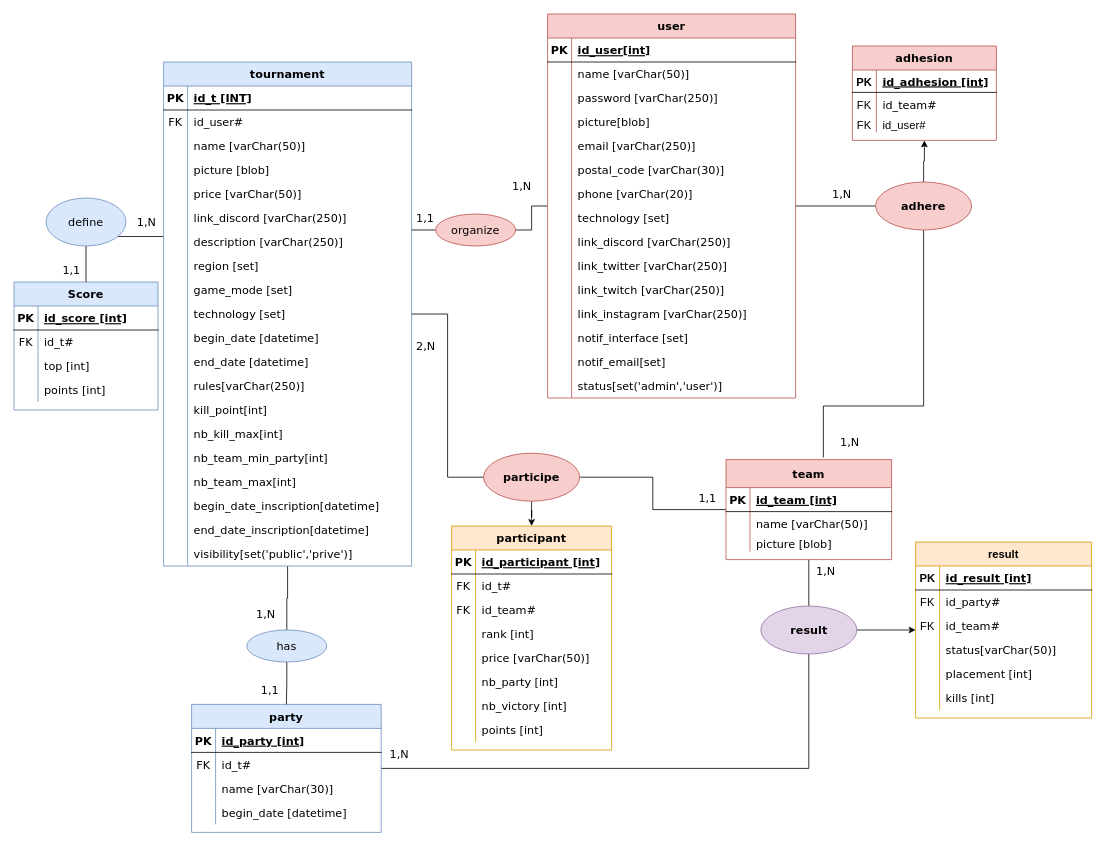
Pakulic/Maquettage_Site_web keeps this draw.io diagram as page "MPD" (3 of 3) of Wavy_MERISE2.drawio. Above is the earlier version. Source tidied: cells renumbered, new cells numbered last; positions are measured from the earlier drawing's top-left corner, leaving out a move shared by most shapes. Both pictures are drawn from the tidied source at 80%, with x=0, y=0 at pixel (14, 14).
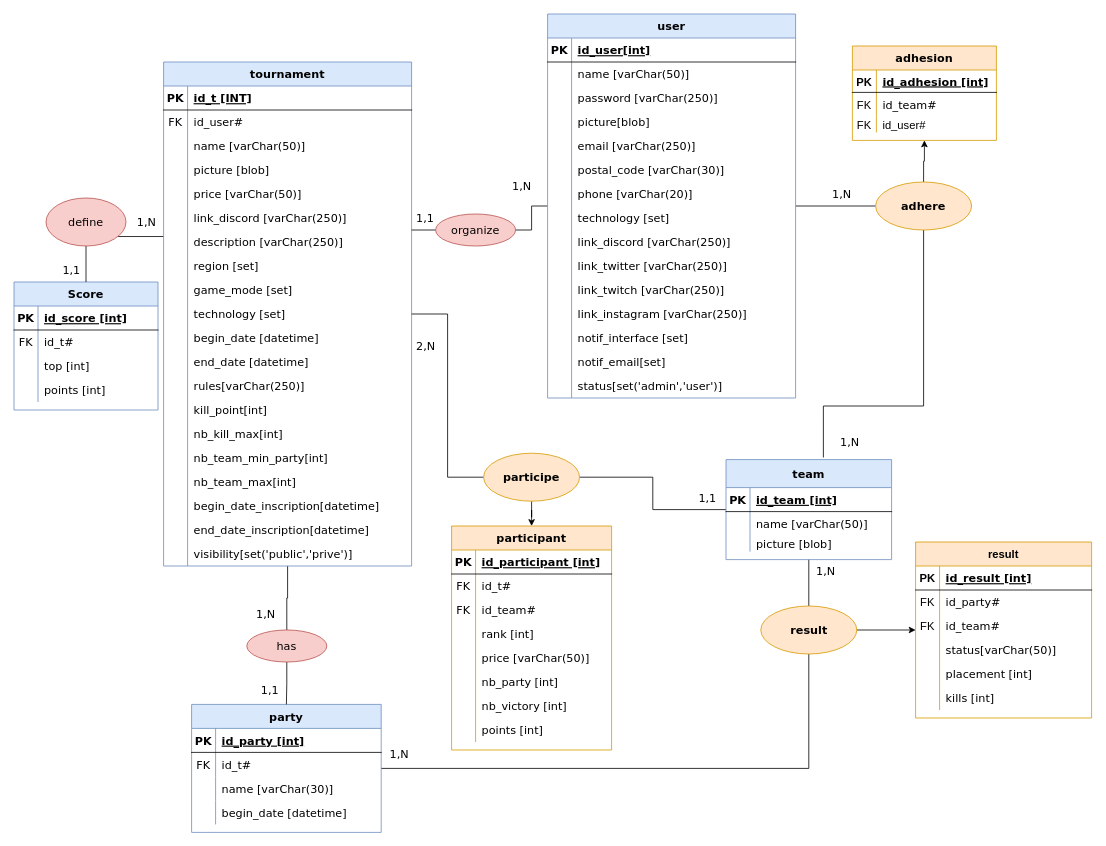
After the change.

What changed in the source:
```diff
@@
-    <mxCell id="21" value="adhesion" style="shape=table;startSize=30;childLayout=tableLayout;rowLines=0;fontStyle=1;align=center;fillColor=#f8cecc;strokeColor=#b85450;fontSize=14;fontFamily=Verdana;" parent="1" vertex="1">
+    <mxCell id="21" value="adhesion" style="shape=table;startSize=30;childLayout=tableLayout;rowLines=0;fontStyle=1;align=center;fillColor=#ffe6cc;strokeColor=#d79b00;fontSize=14;fontFamily=Verdana;" parent="1" vertex="1">
       <mxGeometry x="1048" y="40" width="180" height="118" as="geometry" />
     </mxCell>
@@
-    <mxCell id="125" value="define" style="ellipse;whiteSpace=wrap;html=1;align=center;fillColor=#dae8fc;strokeColor=#6c8ebf;fontSize=14;fontFamily=Verdana;" parent="1" vertex="1">
+    <mxCell id="125" value="define" style="ellipse;whiteSpace=wrap;html=1;align=center;fillColor=#f8cecc;strokeColor=#b85450;fontSize=14;fontFamily=Verdana;" parent="1" vertex="1">
       <mxGeometry x="40" y="230" width="100" height="60" as="geometry" />
     </mxCell>
@@
-    <mxCell id="128" value="team" style="shape=table;startSize=35;childLayout=tableLayout;rowLines=0;fontStyle=1;align=center;fillColor=#f8cecc;strokeColor=#b85450;fontSize=14;fontFamily=Verdana;" parent="1" vertex="1">
+    <mxCell id="128" value="team" style="shape=table;startSize=35;childLayout=tableLayout;rowLines=0;fontStyle=1;align=center;fillColor=#dae8fc;strokeColor=#6c8ebf;fontSize=14;fontFamily=Verdana;" parent="1" vertex="1">
       <mxGeometry x="890" y="557" width="207" height="125" as="geometry" />
     </mxCell>
@@
-    <mxCell id="139" value="has" style="ellipse;whiteSpace=wrap;html=1;align=center;fillColor=#dae8fc;strokeColor=#6c8ebf;fontSize=14;fontFamily=Verdana;" parent="1" vertex="1">
+    <mxCell id="139" value="has" style="ellipse;whiteSpace=wrap;html=1;align=center;fillColor=#f8cecc;strokeColor=#b85450;fontSize=14;fontFamily=Verdana;" parent="1" vertex="1">
       <mxGeometry x="291" y="770" width="100" height="40" as="geometry" />
     </mxCell>
@@
-    <mxCell id="166" value="user" style="shape=table;startSize=30;childLayout=tableLayout;rowLines=0;fontStyle=1;align=center;fillColor=#f8cecc;strokeColor=#b85450;fontSize=14;fontFamily=Verdana;" parent="1" vertex="1">
+    <mxCell id="166" value="user" style="shape=table;startSize=30;childLayout=tableLayout;rowLines=0;fontStyle=1;align=center;fillColor=#dae8fc;strokeColor=#6c8ebf;fontSize=14;fontFamily=Verdana;" parent="1" vertex="1">
       <mxGeometry x="667" width="310" height="480" as="geometry" />
     </mxCell>
@@
-    <mxCell id="214" value="adhere" style="ellipse;whiteSpace=wrap;html=1;fontStyle=1;strokeColor=#b85450;fillColor=#f8cecc;startSize=30;fontSize=14;fontFamily=Verdana;" parent="1" vertex="1">
+    <mxCell id="214" value="adhere" style="ellipse;whiteSpace=wrap;html=1;fontStyle=1;strokeColor=#d79b00;fillColor=#ffe6cc;startSize=30;fontSize=14;fontFamily=Verdana;" parent="1" vertex="1">
       <mxGeometry x="1077" y="210" width="120" height="60" as="geometry" />
     </mxCell>
@@
-    <mxCell id="217" value="participe" style="ellipse;whiteSpace=wrap;html=1;fontStyle=1;strokeColor=#b85450;fillColor=#f8cecc;startSize=35;fontSize=14;fontFamily=Verdana;" parent="1" vertex="1">
+    <mxCell id="217" value="participe" style="ellipse;whiteSpace=wrap;html=1;fontStyle=1;strokeColor=#d79b00;fillColor=#ffe6cc;startSize=35;fontSize=14;fontFamily=Verdana;" parent="1" vertex="1">
       <mxGeometry x="587" y="549" width="120" height="60" as="geometry" />
     </mxCell>
@@
-    <mxCell id="219" value="result" style="ellipse;whiteSpace=wrap;html=1;fontStyle=1;strokeColor=#9673a6;fillColor=#e1d5e7;startSize=35;fontSize=14;fontFamily=Verdana;" parent="1" vertex="1">
+    <mxCell id="219" value="result" style="ellipse;whiteSpace=wrap;html=1;fontStyle=1;strokeColor=#d79b00;fillColor=#ffe6cc;startSize=35;fontSize=14;fontFamily=Verdana;" parent="1" vertex="1">
       <mxGeometry x="933.5" y="740" width="120" height="60" as="geometry" />
     </mxCell>
```
